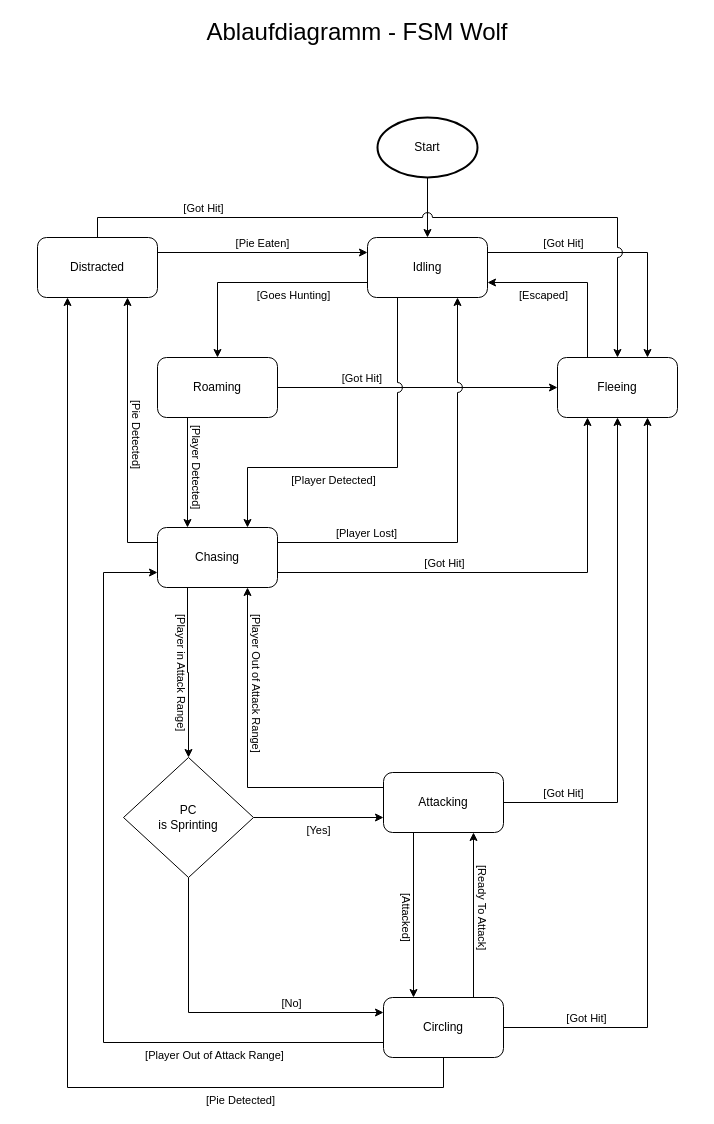
Before: Ablaufdiagramm - FSM_Wolf.drawio in Aarndal/44-Submissions, a draw.io diagram. Source tidied: cells renumbered, new cells numbered last; positions are measured from the earlier drawing's top-left corner, leaving out a move shared by most shapes. Both pictures are drawn from the tidied source at 100%, with x=0, y=0 at pixel (17, 17).
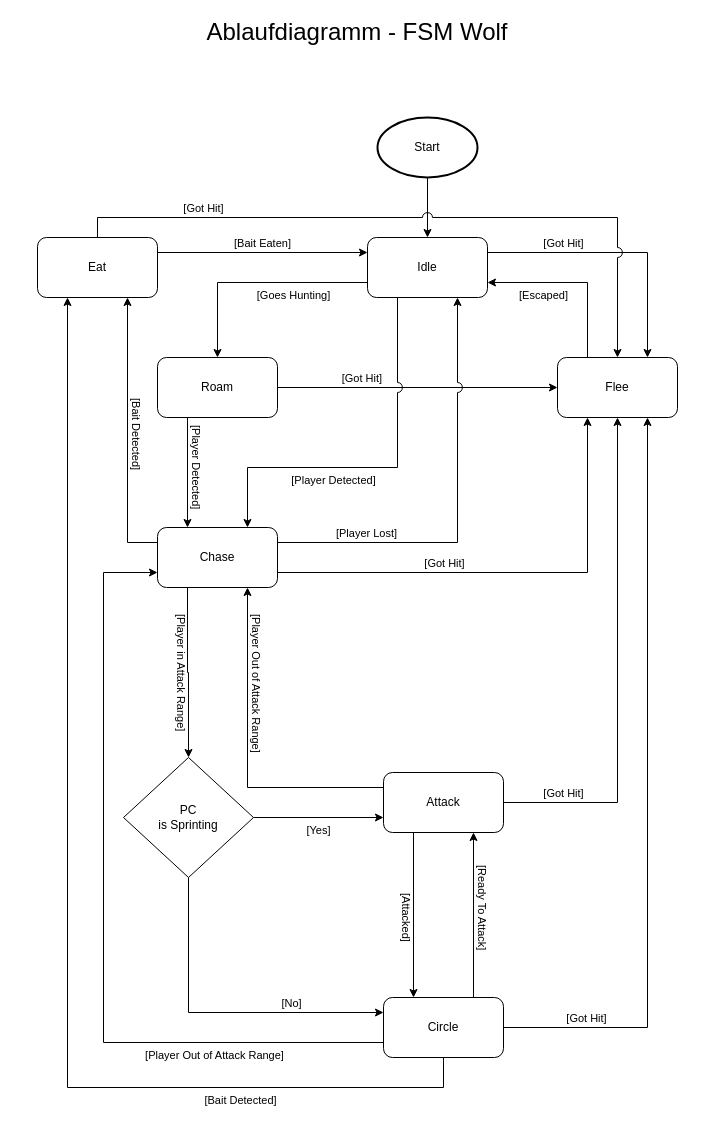
After the change.

What changed in the source:
```diff
@@
-    <mxCell id="4" value="Roaming" style="rounded=1;whiteSpace=wrap;html=1;strokeColor=default;align=center;verticalAlign=middle;fontFamily=Helvetica;fontSize=12;fontColor=default;fillColor=default;" parent="1" vertex="1">
+    <mxCell id="4" value="Roam" style="rounded=1;whiteSpace=wrap;html=1;strokeColor=default;align=center;verticalAlign=middle;fontFamily=Helvetica;fontSize=12;fontColor=default;fillColor=default;" parent="1" vertex="1">
       <mxGeometry x="140" y="340" width="120" height="60" as="geometry" />
     </mxCell>
@@
-    <mxCell id="7" value="[Pie Detected]" style="edgeStyle=orthogonalEdgeStyle;rounded=0;jettySize=auto;html=1;exitX=0;exitY=0.25;exitDx=0;exitDy=0;entryX=0.75;entryY=1;entryDx=0;entryDy=0;labelPosition=right;verticalLabelPosition=middle;align=left;verticalAlign=middle;textDirection=vertical-lr;" parent="1" edge="1" source="9" target="31">
+    <mxCell id="7" value="[Bait Detected]" style="edgeStyle=orthogonalEdgeStyle;rounded=0;jettySize=auto;html=1;exitX=0;exitY=0.25;exitDx=0;exitDy=0;entryX=0.75;entryY=1;entryDx=0;entryDy=0;labelPosition=right;verticalLabelPosition=middle;align=left;verticalAlign=middle;textDirection=vertical-lr;" parent="1" edge="1" source="9" target="31">
       <mxGeometry relative="1" as="geometry" />
     </mxCell>
@@
-    <mxCell id="9" value="Chasing" style="rounded=1;whiteSpace=wrap;html=1;strokeColor=default;align=center;verticalAlign=middle;fontFamily=Helvetica;fontSize=12;fontColor=default;fillColor=default;" parent="1" vertex="1">
+    <mxCell id="9" value="Chase" style="rounded=1;whiteSpace=wrap;html=1;strokeColor=default;align=center;verticalAlign=middle;fontFamily=Helvetica;fontSize=12;fontColor=default;fillColor=default;" parent="1" vertex="1">
       <mxGeometry x="140" y="510" width="120" height="60" as="geometry" />
     </mxCell>
@@
-    <mxCell id="11" value="Fleeing" style="rounded=1;whiteSpace=wrap;html=1;strokeColor=default;align=center;verticalAlign=middle;fontFamily=Helvetica;fontSize=12;fontColor=default;fillColor=default;" parent="1" vertex="1">
+    <mxCell id="11" value="Flee" style="rounded=1;whiteSpace=wrap;html=1;strokeColor=default;align=center;verticalAlign=middle;fontFamily=Helvetica;fontSize=12;fontColor=default;fillColor=default;" parent="1" vertex="1">
       <mxGeometry x="540" y="340" width="120" height="60" as="geometry" />
     </mxCell>
@@
-    <mxCell id="14" value="Attacking" style="rounded=1;whiteSpace=wrap;html=1;strokeColor=default;align=center;verticalAlign=middle;fontFamily=Helvetica;fontSize=12;fontColor=default;fillColor=default;" parent="1" vertex="1">
+    <mxCell id="14" value="Attack" style="rounded=1;whiteSpace=wrap;html=1;strokeColor=default;align=center;verticalAlign=middle;fontFamily=Helvetica;fontSize=12;fontColor=default;fillColor=default;" parent="1" vertex="1">
       <mxGeometry x="366" y="755" width="120" height="60" as="geometry" />
     </mxCell>
@@
-    <mxCell id="18" value="[Pie Detected]" style="edgeStyle=orthogonalEdgeStyle;rounded=0;jettySize=auto;html=1;exitX=0.5;exitY=1;exitDx=0;exitDy=0;entryX=0.25;entryY=1;entryDx=0;entryDy=0;labelPosition=center;verticalLabelPosition=bottom;align=center;verticalAlign=top;" parent="1" edge="1" source="20" target="31">
+    <mxCell id="18" value="[Bait Detected]" style="edgeStyle=orthogonalEdgeStyle;rounded=0;jettySize=auto;html=1;exitX=0.5;exitY=1;exitDx=0;exitDy=0;entryX=0.25;entryY=1;entryDx=0;entryDy=0;labelPosition=center;verticalLabelPosition=bottom;align=center;verticalAlign=top;" parent="1" edge="1" source="20" target="31">
       <mxGeometry x="-0.61" relative="1" as="geometry">
         <Array as="points">
           <mxPoint x="426" y="1070" />
           <mxPoint x="50" y="1070" />
         </Array>
       </mxGeometry>
     </mxCell>
@@
-    <mxCell id="20" value="Circling" style="rounded=1;whiteSpace=wrap;html=1;strokeColor=default;align=center;verticalAlign=middle;fontFamily=Helvetica;fontSize=12;fontColor=default;fillColor=default;" parent="1" vertex="1">
+    <mxCell id="20" value="Circle" style="rounded=1;whiteSpace=wrap;html=1;strokeColor=default;align=center;verticalAlign=middle;fontFamily=Helvetica;fontSize=12;fontColor=default;fillColor=default;" parent="1" vertex="1">
       <mxGeometry x="366" y="980" width="120" height="60" as="geometry" />
     </mxCell>
@@
-    <mxCell id="27" value="Idling" style="rounded=1;whiteSpace=wrap;html=1;strokeColor=default;align=center;verticalAlign=middle;fontFamily=Helvetica;fontSize=12;fontColor=default;fillColor=default;" parent="1" vertex="1">
+    <mxCell id="27" value="Idle" style="rounded=1;whiteSpace=wrap;html=1;strokeColor=default;align=center;verticalAlign=middle;fontFamily=Helvetica;fontSize=12;fontColor=default;fillColor=default;" parent="1" vertex="1">
       <mxGeometry x="350" y="220" width="120" height="60" as="geometry" />
     </mxCell>
@@
-    <mxCell id="29" value="[Pie Eaten]" style="edgeStyle=orthogonalEdgeStyle;rounded=0;jettySize=auto;html=1;exitX=1;exitY=0.25;exitDx=0;exitDy=0;entryX=0;entryY=0.25;entryDx=0;entryDy=0;labelPosition=center;verticalLabelPosition=top;align=center;verticalAlign=bottom;" parent="1" edge="1" source="31" target="27">
+    <mxCell id="29" value="[Bait Eaten]" style="edgeStyle=orthogonalEdgeStyle;rounded=0;jettySize=auto;html=1;exitX=1;exitY=0.25;exitDx=0;exitDy=0;entryX=0;entryY=0.25;entryDx=0;entryDy=0;labelPosition=center;verticalLabelPosition=top;align=center;verticalAlign=bottom;" parent="1" edge="1" source="31" target="27">
       <mxGeometry relative="1" as="geometry" />
     </mxCell>
@@
-    <mxCell id="31" value="Distracted" style="rounded=1;whiteSpace=wrap;html=1;strokeColor=default;align=center;verticalAlign=middle;fontFamily=Helvetica;fontSize=12;fontColor=default;fillColor=default;" parent="1" vertex="1">
+    <mxCell id="31" value="Eat" style="rounded=1;whiteSpace=wrap;html=1;strokeColor=default;align=center;verticalAlign=middle;fontFamily=Helvetica;fontSize=12;fontColor=default;fillColor=default;" parent="1" vertex="1">
       <mxGeometry x="20" y="220" width="120" height="60" as="geometry" />
     </mxCell>
```
